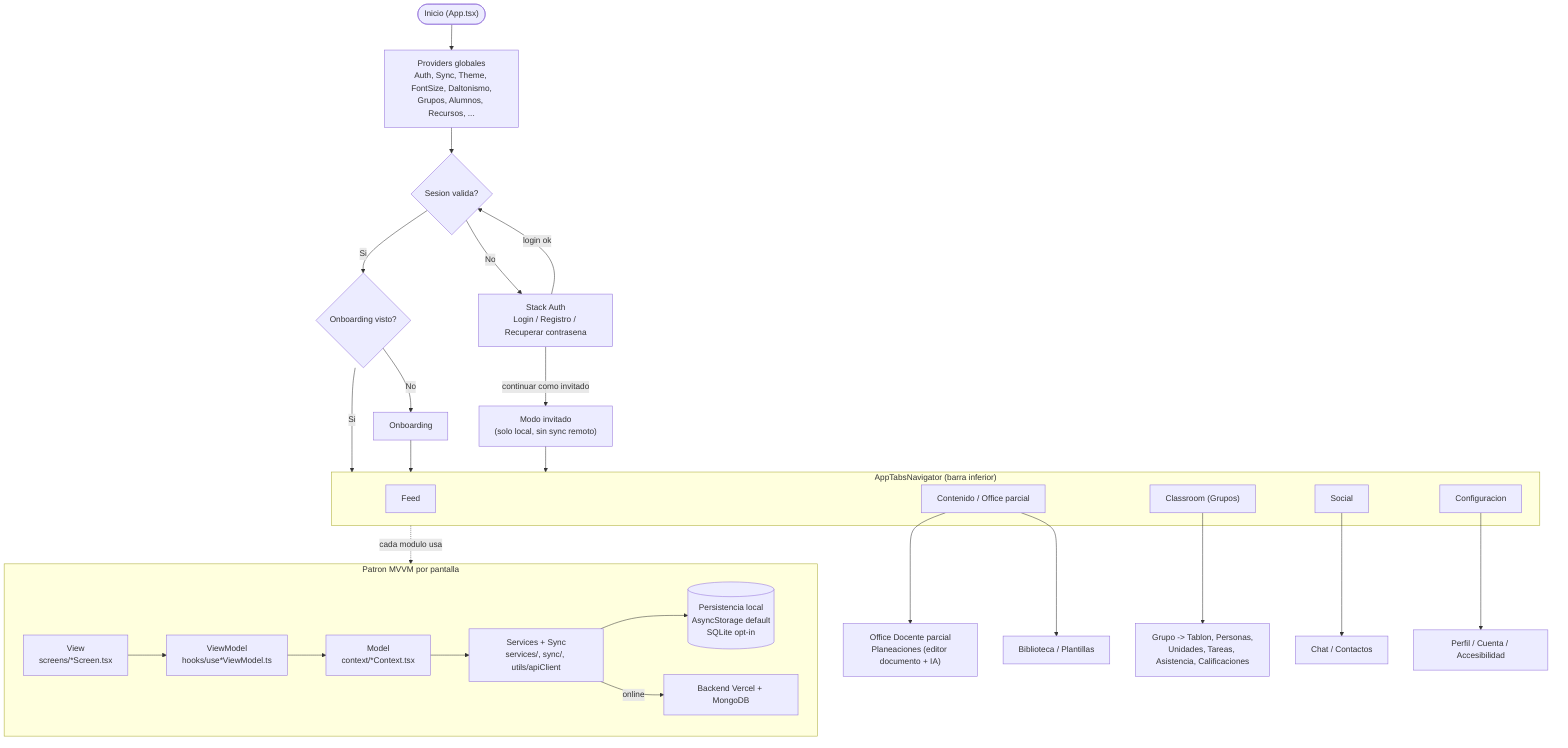
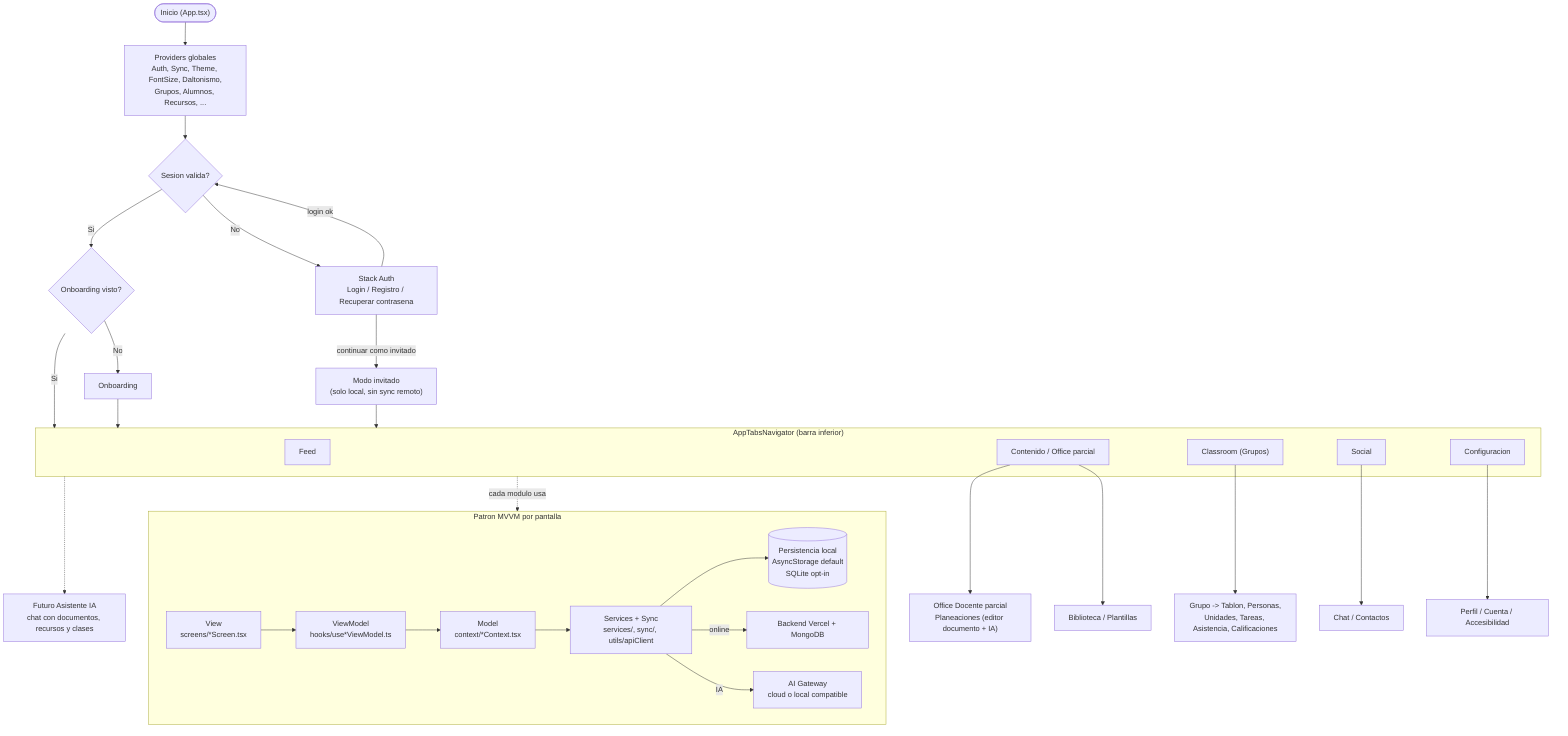
%% Arquitectura de la App - Flujo de usuario + capas MVVM
%% PlanearIA React Native + Expo, offline-first
flowchart TD
    start(["Inicio (App.tsx)"]) --> providers["Providers globales<br/>Auth, Sync, Theme, FontSize, Daltonismo,<br/>Grupos, Alumnos, Recursos, ..."]
    providers --> authCheck{"Sesion valida?"}

    authCheck -->|"No"| authStack["Stack Auth<br/>Login / Registro / Recuperar contrasena"]
    authStack -->|"login ok"| authCheck
    authStack -->|"continuar como invitado"| guest["Modo invitado<br/>(solo local, sin sync remoto)"]

    authCheck -->|"Si"| onboarding{"Onboarding visto?"}
    onboarding -->|"No"| onb["Onboarding"]
    onboarding -->|"Si"| tabs
    onb --> tabs
    guest --> tabs

    subgraph tabs["AppTabsNavigator (barra inferior)"]
        feed["Feed"]
        recursos["Contenido / Office parcial"]
        classroom["Classroom (Grupos)"]
        social["Social"]
        config["Configuracion"]
    end

    classroom --> grupos["Grupo -> Tablon, Personas,<br/>Unidades, Tareas, Asistencia, Calificaciones"]
    recursos --> plan["Office Docente parcial<br/>Planeaciones (editor documento + IA)"]
    recursos --> biblio["Biblioteca / Plantillas"]
    social --> chat["Chat / Contactos"]
+     tabs -.-> asistente["Futuro Asistente IA<br/>chat con documentos, recursos y clases"]
    config --> cuenta["Perfil / Cuenta / Accesibilidad"]

    %% Capas MVVM que atraviesan cada pantalla
    subgraph mvvm["Patron MVVM por pantalla"]
        direction LR
        view["View<br/>screens/*Screen.tsx"] --> viewmodel["ViewModel<br/>hooks/use*ViewModel.ts"]
        viewmodel --> model["Model<br/>context/*Context.tsx"]
        model --> svc["Services + Sync<br/>services/, sync/, utils/apiClient"]
        svc --> persist[("Persistencia local<br/>AsyncStorage default<br/>SQLite opt-in")]
        svc -->|"online"| remote["Backend Vercel + MongoDB"]
+         svc -->|"IA"| aigw["AI Gateway<br/>cloud o local compatible"]
    end

    tabs -.->|"cada modulo usa"| mvvm
